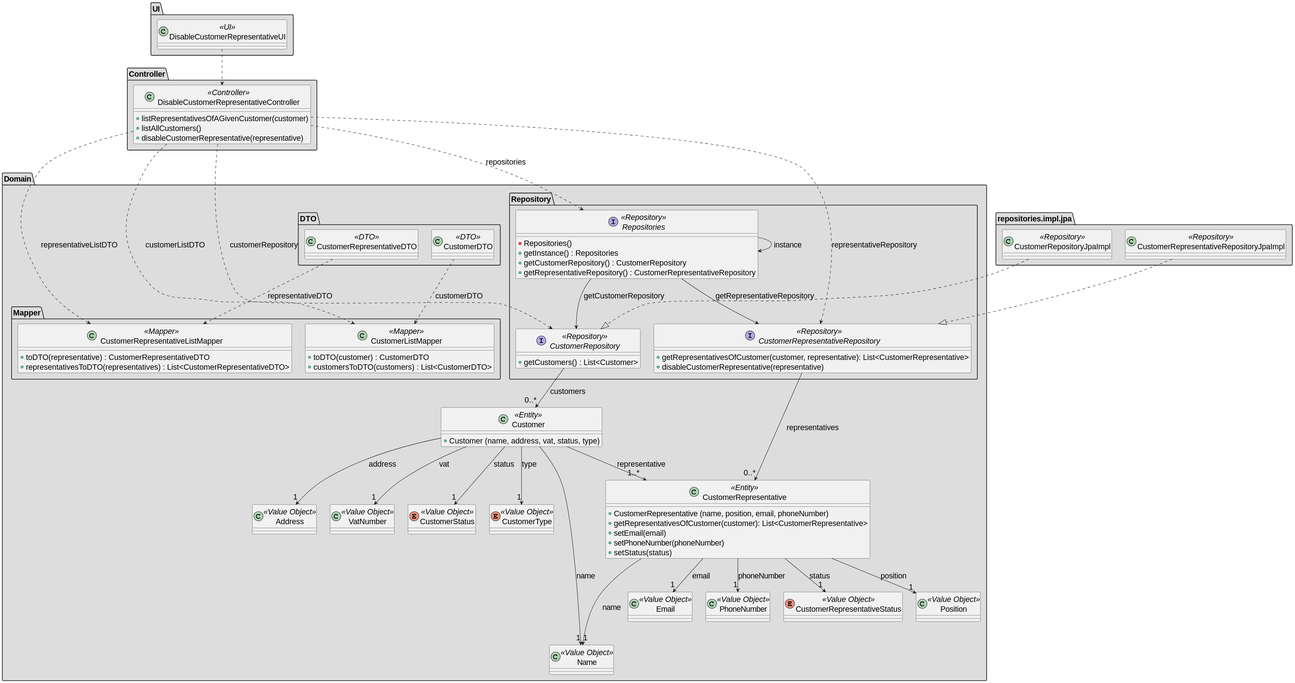
This is docs/SPRINT_2/us224/images/class_diagram_us224.svg from diogoveirospro/sem4pi-2024-2025-sem4pi_2024_2025_g44, a PlantUML export, as it was before one commit.
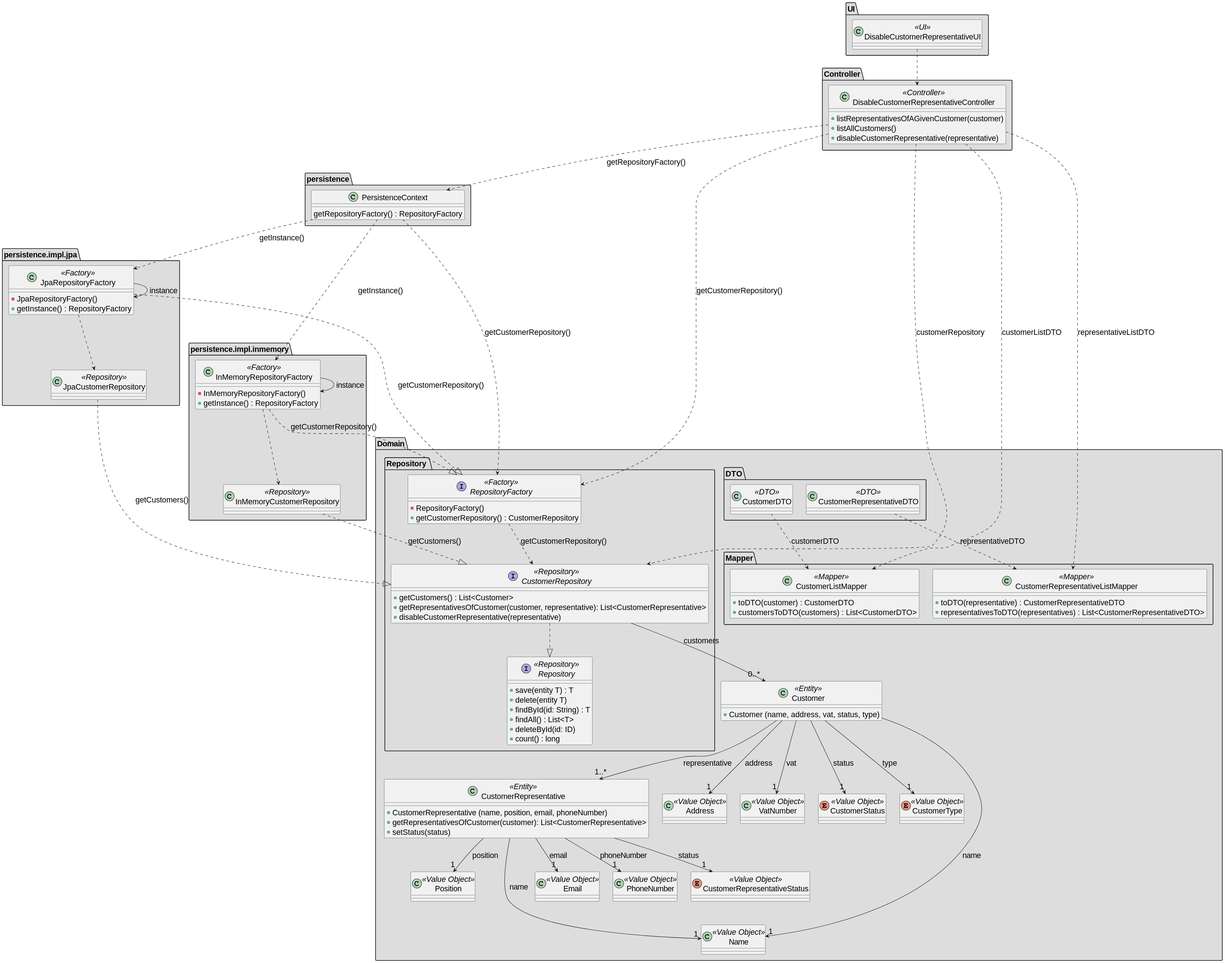
After the change.

What changed in the source:
```diff
@@ -26,19 +26,25 @@
         }
     }
 
-    package "Repository" #DDDDDD {
+    package "Repository " #DDDDDD {
         Interface CustomerRepository <<Repository>> {
             + getCustomers() : List<Customer>
-        }
-        Interface CustomerRepresentativeRepository <<Repository>> {
             + getRepresentativesOfCustomer(customer, representative): List<CustomerRepresentative>
             + disableCustomerRepresentative(representative)
         }
-        Interface Repositories <<Repository>> {
-            - Repositories()
-            + getInstance() : Repositories
+
+        Interface RepositoryFactory <<Factory>> {
+            - RepositoryFactory()
             + getCustomerRepository() : CustomerRepository
-            + getRepresentativeRepository() : CustomerRepresentativeRepository
+        }
+
+        Interface Repository <<Repository>> {
+            + save(entity T) : T
+            + delete(entity T)
+            + findById(id: String) : T
+            + findAll() : List<T>
+            + deleteById(id: ID)
+            + count() : long
         }
     }
 
@@ -48,8 +54,6 @@
     class CustomerRepresentative <<Entity>> {
         + CustomerRepresentative (name, position, email, phoneNumber)
         + getRepresentativesOfCustomer(customer): List<CustomerRepresentative>
-        + setEmail(email)
-        + setPhoneNumber(phoneNumber)
         + setStatus(status)
     }
 
@@ -97,17 +101,36 @@
     }
 }
 
-package "repositories.impl.jpa" #DDDDDD {
-    class CustomerRepositoryJpaImpl <<Repository>> {
+package "persistence.impl.jpa" #DDDDDD {
+    class JpaCustomerRepository <<Repository>> {
     }
-    class CustomerRepresentativeRepositoryJpaImpl <<Repository>> {
+
+    class JpaRepositoryFactory <<Factory>> {
+        - JpaRepositoryFactory()
+        + getInstance() : RepositoryFactory
+    }
+}
+
+package "persistence.impl.inmemory" #DDDDDD {
+    class InMemoryCustomerRepository <<Repository>> {
+    }
+
+    class InMemoryRepositoryFactory <<Factory>> {
+        - InMemoryRepositoryFactory()
+        + getInstance() : RepositoryFactory
+    }
+}
+
+package "persistence" #DDDDDD {
+    class PersistenceContext {
+        getRepositoryFactory() : RepositoryFactory
     }
 }
 
 
-CustomerRepositoryJpaImpl ..|> CustomerRepository
+RepositoryFactory ..> CustomerRepository : getCustomerRepository()
 
-CustomerRepresentativeRepositoryJpaImpl ..|> CustomerRepresentativeRepository
+
 
 Customer --> "1..*" CustomerRepresentative : representative
 Customer --> "1" VatNumber : vat
@@ -122,21 +145,35 @@
 CustomerRepresentative --> "1" PhoneNumber : phoneNumber
 CustomerRepresentative --> "1" CustomerRepresentativeStatus : status
 
-Repositories --> Repositories : instance
-Repositories --> CustomerRepository : getCustomerRepository
-Repositories --> CustomerRepresentativeRepository : getRepresentativeRepository
 
 CustomerRepository --> "0..*" Customer : customers
 
-CustomerRepresentativeRepository --> "0..*" CustomerRepresentative : representatives
 
 DisableCustomerRepresentativeUI ..> DisableCustomerRepresentativeController
 
-DisableCustomerRepresentativeController ..> Repositories : repositories
+DisableCustomerRepresentativeController ..> RepositoryFactory : getCustomerRepository()
+DisableCustomerRepresentativeController ..> CustomerRepository : customerRepository
 DisableCustomerRepresentativeController ..> CustomerListMapper : customerListDTO
-DisableCustomerRepresentativeController ..> CustomerRepresentativeRepository : representativeRepository
-DisableCustomerRepresentativeController ..> CustomerRepository : customerRepository
 DisableCustomerRepresentativeController ..> CustomerRepresentativeListMapper : representativeListDTO
+DisableCustomerRepresentativeController ..> PersistenceContext : getRepositoryFactory()
+
+
+PersistenceContext ..> JpaRepositoryFactory : getInstance()
+PersistenceContext ..> InMemoryRepositoryFactory : getInstance()
+PersistenceContext ..> RepositoryFactory : getCustomerRepository()
+
+JpaRepositoryFactory ...|> RepositoryFactory : getCustomerRepository()
+JpaRepositoryFactory ..> JpaCustomerRepository
+JpaRepositoryFactory --> JpaRepositoryFactory : instance
+
+InMemoryRepositoryFactory .|> RepositoryFactory : getCustomerRepository()
+InMemoryRepositoryFactory ..> InMemoryCustomerRepository
+InMemoryRepositoryFactory --> InMemoryRepositoryFactory : instance
+
+JpaCustomerRepository ..|> CustomerRepository : getCustomers()
+InMemoryCustomerRepository ..|> CustomerRepository : getCustomers()
+
+CustomerRepository ..|> Repository
 
 CustomerDTO ..> CustomerListMapper : customerDTO
 
```
